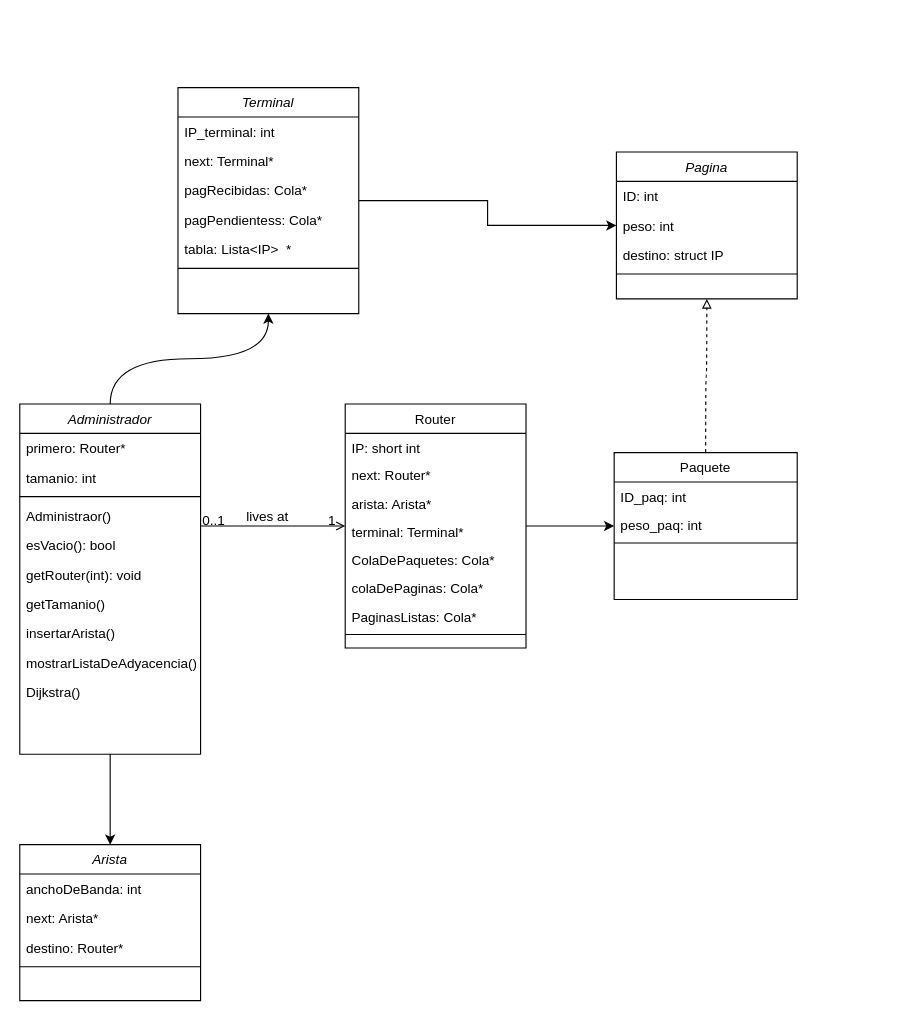
emaarnolfo/FinalAyEdD2023 keeps this draw.io diagram as DiagramaDeClases.drawio. Above is the earlier version. Source tidied: cells renumbered, new cells numbered last; positions are measured from the earlier drawing's top-left corner, leaving out a move shared by most shapes. Both pictures are drawn from the tidied source at 113%, with x=0, y=0 at pixel (19, 87).
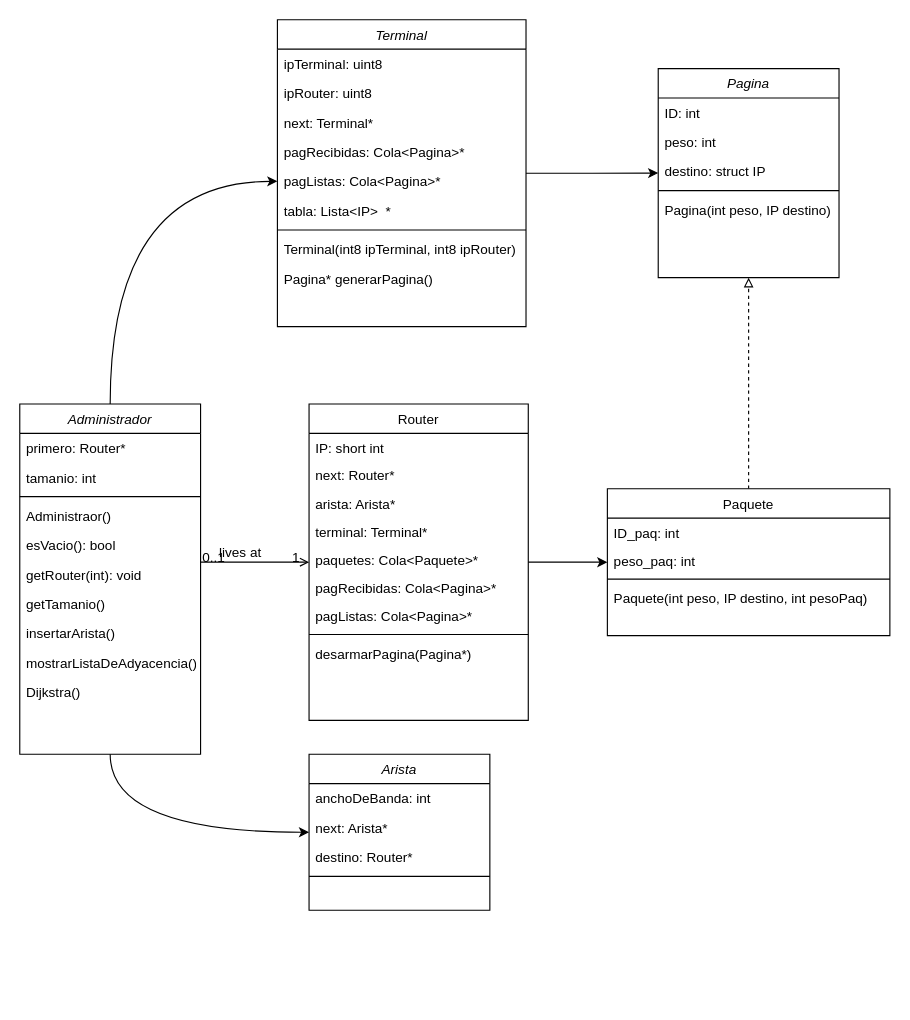
The same diagram, later.

The change refers to these unchanged cells:
```xml
<mxCell id="4" value="Administrador" style="swimlane;fontStyle=2;align=center;verticalAlign=top;horizontal=1;startSize=26;rounded=0;shadow=0;strokeWidth=1;" parent="1" vertex="1">
  <mxGeometry y="280" width="160" height="310" as="geometry" />
</mxCell>
```

What changed in the source:
```diff
@@
-    <mxCell id="2" style="edgeStyle=orthogonalEdgeStyle;rounded=0;jettySize=auto;html=1;" parent="1" edge="1" source="4" target="29">
+    <mxCell id="2" style="edgeStyle=orthogonalEdgeStyle;jettySize=auto;html=1;curved=1;exitX=0.5;exitY=1;exitDx=0;exitDy=0;" parent="1" edge="1" source="4" target="29">
       <mxGeometry relative="1" as="geometry" />
     </mxCell>
-    <mxCell id="3" style="edgeStyle=orthogonalEdgeStyle;jettySize=auto;html=1;curved=1;" parent="1" edge="1" source="4" target="35">
+    <mxCell id="3" style="edgeStyle=orthogonalEdgeStyle;jettySize=auto;html=1;curved=1;exitX=0.5;exitY=0;exitDx=0;exitDy=0;entryX=0;entryY=0.5;entryDx=0;entryDy=0;" parent="1" edge="1" source="4" target="39">
       <mxGeometry relative="1" as="geometry" />
     </mxCell>
@@
     <mxCell id="16" value="Router" style="swimlane;fontStyle=0;align=center;verticalAlign=top;horizontal=1;startSize=26;rounded=0;shadow=0;strokeWidth=1;" parent="1" vertex="1">
-      <mxGeometry x="288" y="280" width="160" height="216" as="geometry" />
+      <mxGeometry x="256" y="280" width="194" height="280" as="geometry" />
     </mxCell>
     <mxCell id="17" value="IP: short int" style="text;align=left;verticalAlign=top;spacingLeft=4;spacingRight=4;overflow=hidden;rounded=0;shadow=0;html=0;" parent="16" vertex="1">
-      <mxGeometry y="26" width="160" height="24" as="geometry" />
+      <mxGeometry y="26" width="194" height="24" as="geometry" />
     </mxCell>
     <mxCell id="18" value="next: Router*" style="text;align=left;verticalAlign=top;spacingLeft=4;spacingRight=4;overflow=hidden;" parent="16" vertex="1">
-      <mxGeometry y="50" width="160" height="25" as="geometry" />
+      <mxGeometry y="50" width="194" height="25" as="geometry" />
     </mxCell>
     <mxCell id="19" value="arista: Arista*" style="text;align=left;verticalAlign=top;spacingLeft=4;spacingRight=4;overflow=hidden;" parent="16" vertex="1">
-      <mxGeometry y="75" width="160" height="25" as="geometry" />
+      <mxGeometry y="75" width="194" height="25" as="geometry" />
     </mxCell>
     <mxCell id="20" value="terminal: Terminal*" style="text;align=left;verticalAlign=top;spacingLeft=4;spacingRight=4;overflow=hidden;" parent="16" vertex="1">
-      <mxGeometry y="100" width="160" height="25" as="geometry" />
+      <mxGeometry y="100" width="194" height="25" as="geometry" />
     </mxCell>
-    <mxCell id="21" value="ColaDePaquetes: Cola*" style="text;align=left;verticalAlign=top;spacingLeft=4;spacingRight=4;overflow=hidden;" parent="16" vertex="1">
-      <mxGeometry y="125" width="160" height="25" as="geometry" />
+    <mxCell id="21" value="paquetes: Cola&lt;Paquete&gt;*" style="text;align=left;verticalAlign=top;spacingLeft=4;spacingRight=4;overflow=hidden;" parent="16" vertex="1">
+      <mxGeometry y="125" width="194" height="25" as="geometry" />
     </mxCell>
-    <mxCell id="22" value="colaDePaginas: Cola*" style="text;align=left;verticalAlign=top;spacingLeft=4;spacingRight=4;overflow=hidden;" parent="16" vertex="1">
-      <mxGeometry y="150" width="160" height="25" as="geometry" />
+    <mxCell id="22" value="pagRecibidas: Cola&lt;Pagina&gt;*" style="text;align=left;verticalAlign=top;spacingLeft=4;spacingRight=4;overflow=hidden;" parent="16" vertex="1">
+      <mxGeometry y="150" width="194" height="25" as="geometry" />
     </mxCell>
-    <mxCell id="23" value="PaginasListas: Cola*" style="text;align=left;verticalAlign=top;spacingLeft=4;spacingRight=4;overflow=hidden;" parent="16" vertex="1">
-      <mxGeometry y="175" width="160" height="25" as="geometry" />
+    <mxCell id="23" value="pagListas: Cola&lt;Pagina&gt;*" style="text;align=left;verticalAlign=top;spacingLeft=4;spacingRight=4;overflow=hidden;" parent="16" vertex="1">
+      <mxGeometry y="175" width="194" height="25" as="geometry" />
     </mxCell>
     <mxCell id="24" style="line;html=1;strokeWidth=1;align=left;verticalAlign=middle;spacingTop=-1;spacingLeft=3;spacingRight=3;labelPosition=right;" parent="16" vertex="1">
-      <mxGeometry y="200" width="160" height="8" as="geometry" />
+      <mxGeometry y="200" width="194" height="8" as="geometry" />
     </mxCell>
+    <mxCell id="52" value="desarmarPagina(Pagina*)" style="text;align=left;verticalAlign=top;spacingLeft=4;spacingRight=4;overflow=hidden;" parent="16" vertex="1">
+      <mxGeometry y="208" width="194" height="25" as="geometry" />
+    </mxCell>
@@
     <mxCell id="29" value="Arista" style="swimlane;fontStyle=2;align=center;verticalAlign=top;horizontal=1;startSize=26;rounded=0;shadow=0;strokeWidth=1;" parent="1" vertex="1">
-      <mxGeometry y="670" width="160" height="138" as="geometry" />
+      <mxGeometry x="256" y="590" width="160" height="138" as="geometry" />
     </mxCell>
@@
     <mxCell id="35" value="Terminal" style="swimlane;fontStyle=2;align=center;verticalAlign=top;horizontal=1;startSize=26;rounded=0;shadow=0;strokeWidth=1;" parent="1" vertex="1">
-      <mxGeometry x="140" width="160" height="200" as="geometry" />
+      <mxGeometry x="228" y="-60" width="220" height="271.5" as="geometry" />
     </mxCell>
-    <mxCell id="36" value="IP_terminal: int" style="text;align=left;verticalAlign=top;spacingLeft=4;spacingRight=4;overflow=hidden;" parent="35" vertex="1">
-      <mxGeometry y="26" width="160" height="26" as="geometry" />
+    <mxCell id="36" value="ipTerminal: uint8" style="text;align=left;verticalAlign=top;spacingLeft=4;spacingRight=4;overflow=hidden;" parent="35" vertex="1">
+      <mxGeometry y="26" width="220" height="26" as="geometry" />
     </mxCell>
+    <mxCell id="53" value="ipRouter: uint8" style="text;align=left;verticalAlign=top;spacingLeft=4;spacingRight=4;overflow=hidden;" parent="35" vertex="1">
+      <mxGeometry y="52" width="220" height="26" as="geometry" />
+    </mxCell>
     <mxCell id="37" value="next: Terminal*" style="text;align=left;verticalAlign=top;spacingLeft=4;spacingRight=4;overflow=hidden;rounded=0;shadow=0;html=0;" parent="35" vertex="1">
-      <mxGeometry y="52" width="160" height="26" as="geometry" />
+      <mxGeometry y="78" width="220" height="26" as="geometry" />
     </mxCell>
-    <mxCell id="38" value="pagRecibidas: Cola*" style="text;align=left;verticalAlign=top;spacingLeft=4;spacingRight=4;overflow=hidden;rounded=0;shadow=0;html=0;" parent="35" vertex="1">
-      <mxGeometry y="78" width="160" height="26" as="geometry" />
+    <mxCell id="38" value="pagRecibidas: Cola&lt;Pagina&gt;*" style="text;align=left;verticalAlign=top;spacingLeft=4;spacingRight=4;overflow=hidden;rounded=0;shadow=0;html=0;" parent="35" vertex="1">
+      <mxGeometry y="104" width="220" height="26" as="geometry" />
     </mxCell>
-    <mxCell id="39" value="pagPendientess: Cola*" style="text;align=left;verticalAlign=top;spacingLeft=4;spacingRight=4;overflow=hidden;points=[[0,0.5],[1,0.5]];portConstraint=eastwest;rounded=0;shadow=0;html=0;" parent="35" vertex="1">
-      <mxGeometry y="104" width="160" height="26" as="geometry" />
+    <mxCell id="39" value="pagListas: Cola&lt;Pagina&gt;*" style="text;align=left;verticalAlign=top;spacingLeft=4;spacingRight=4;overflow=hidden;points=[[0,0.5],[1,0.5]];portConstraint=eastwest;rounded=0;shadow=0;html=0;" parent="35" vertex="1">
+      <mxGeometry y="130" width="220" height="26" as="geometry" />
     </mxCell>
     <mxCell id="40" value="tabla: Lista&lt;IP&gt;  *" style="text;align=left;verticalAlign=top;spacingLeft=4;spacingRight=4;overflow=hidden;rounded=0;shadow=0;html=0;" parent="35" vertex="1">
-      <mxGeometry y="130" width="160" height="26" as="geometry" />
+      <mxGeometry y="156" width="220" height="26" as="geometry" />
     </mxCell>
     <mxCell id="41" style="line;html=1;strokeWidth=1;align=left;verticalAlign=middle;spacingTop=-1;spacingLeft=3;spacingRight=3;labelPosition=right;" parent="35" vertex="1">
-      <mxGeometry y="156" width="160" height="8" as="geometry" />
+      <mxGeometry y="182" width="220" height="8" as="geometry" />
     </mxCell>
+    <mxCell id="54" value="Terminal(int8 ipTerminal, int8 ipRouter)" style="text;align=left;verticalAlign=top;spacingLeft=4;spacingRight=4;overflow=hidden;rounded=0;shadow=0;html=0;" parent="35" vertex="1">
+      <mxGeometry y="190" width="220" height="26" as="geometry" />
+    </mxCell>
+    <mxCell id="55" value="Pagina* generarPagina()" style="text;align=left;verticalAlign=top;spacingLeft=4;spacingRight=4;overflow=hidden;rounded=0;shadow=0;html=0;" parent="35" vertex="1">
+      <mxGeometry y="216" width="220" height="26" as="geometry" />
+    </mxCell>
+    <mxCell id="56" style="text;align=left;verticalAlign=top;spacingLeft=4;spacingRight=4;overflow=hidden;rounded=0;shadow=0;html=0;" parent="35" vertex="1">
+      <mxGeometry y="242" width="220" height="26" as="geometry" />
+    </mxCell>
@@
     <mxCell id="43" value="Paquete" style="swimlane;fontStyle=0;align=center;verticalAlign=top;horizontal=1;startSize=26;rounded=0;shadow=0;strokeWidth=1;" parent="1" vertex="1">
-      <mxGeometry x="526" y="323" width="162" height="130" as="geometry" />
+      <mxGeometry x="520" y="355" width="250" height="130" as="geometry" />
     </mxCell>
     <mxCell id="44" value="ID_paq: int" style="text;align=left;verticalAlign=top;spacingLeft=4;spacingRight=4;overflow=hidden;" parent="43" vertex="1">
-      <mxGeometry y="26" width="162" height="25" as="geometry" />
+      <mxGeometry y="26" width="250" height="25" as="geometry" />
     </mxCell>
     <mxCell id="45" value="peso_paq: int" style="text;align=left;verticalAlign=top;spacingLeft=4;spacingRight=4;overflow=hidden;" parent="43" vertex="1">
-      <mxGeometry y="51" width="162" height="25" as="geometry" />
+      <mxGeometry y="51" width="250" height="25" as="geometry" />
     </mxCell>
     <mxCell id="46" style="line;html=1;strokeWidth=1;align=left;verticalAlign=middle;spacingTop=-1;spacingLeft=3;spacingRight=3;labelPosition=right;" parent="43" vertex="1">
-      <mxGeometry y="76" width="162" height="8" as="geometry" />
+      <mxGeometry y="76" width="250" height="8" as="geometry" />
     </mxCell>
+    <mxCell id="57" value="Paquete(int peso, IP destino, int pesoPaq)" style="text;align=left;verticalAlign=top;spacingLeft=4;spacingRight=4;overflow=hidden;" parent="43" vertex="1">
+      <mxGeometry y="84" width="250" height="25" as="geometry" />
+    </mxCell>
     <mxCell id="47" value="Pagina" style="swimlane;fontStyle=2;align=center;verticalAlign=top;horizontal=1;startSize=26;rounded=0;shadow=0;strokeWidth=1;" parent="1" vertex="1">
-      <mxGeometry x="528" y="57" width="160" height="130" as="geometry" />
+      <mxGeometry x="565" y="-16.8" width="160" height="185" as="geometry" />
     </mxCell>
@@
+    <mxCell id="58" value="Pagina(int peso, IP destino)" style="text;align=left;verticalAlign=top;spacingLeft=4;spacingRight=4;overflow=hidden;" parent="47" vertex="1">
+      <mxGeometry y="112" width="160" height="26" as="geometry" />
+    </mxCell>
```
